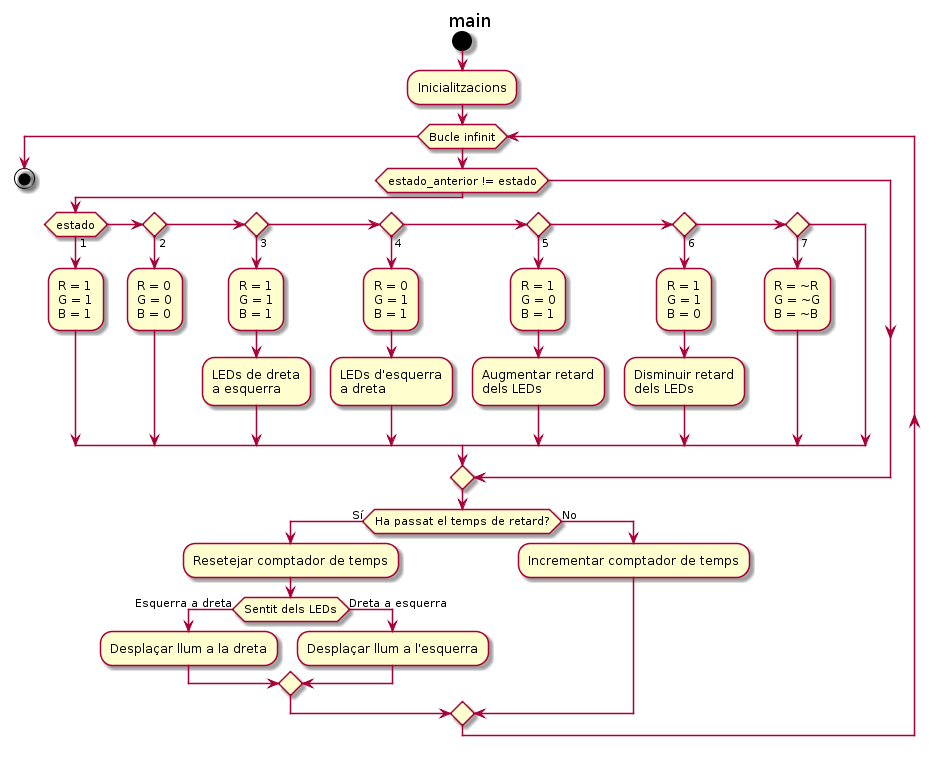
Earlier version of the PlantUML export 2-memoria/main.png (xaviripo/pdae). Its diagram source:
```plantuml
@startuml
title main


start

:Inicialitzacions;

while (Bucle infinit)

if (estado_anterior != estado)
  if (estado) then (1)
    :R = 1
    G = 1
    B = 1;
  else if () then (2)
    :R = 0
    G = 0
    B = 0;
  else if () then (3)
    :R = 1
    G = 1
    B = 1;
    :LEDs de dreta
    a esquerra;
  else if () then (4)
    :R = 0
    G = 1
    B = 1;
    :LEDs d'esquerra
    a dreta;
  else if () then (5)
    :R = 1
    G = 0
    B = 1;
    :Augmentar retard
    dels LEDs;
  else if () then (6)
    :R = 1
    G = 1
    B = 0;
    :Disminuir retard
    dels LEDs;
  else if () then (7)
    :R = ~R
    G = ~G
    B = ~B;
  endif
endif

if (Ha passat el temps de retard?) then (Sí)
  :Resetejar comptador de temps;
  if (Sentit dels LEDs) then (Esquerra a dreta)
    :Desplaçar llum a la dreta;
  else (Dreta a esquerra)
    :Desplaçar llum a l'esquerra;
  endif
else (No)
  :Incrementar comptador de temps;
endif

endwhile

stop
@enduml
```
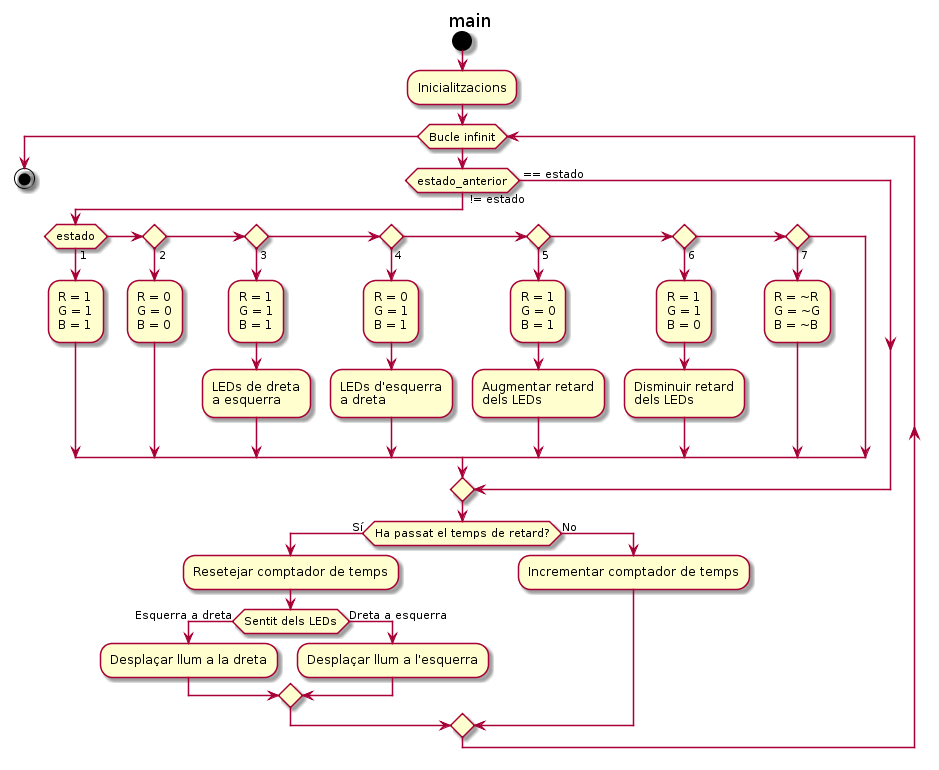
After the commit.

Commit message:
Fixed main loop diagram

The edit, as a diff of the source:
```diff
@@ -8,7 +8,7 @@
 
 while (Bucle infinit)
 
-if (estado_anterior != estado)
+if (estado_anterior) then ( != estado)
   if (estado) then (1)
     :R = 1
     G = 1
@@ -46,6 +46,7 @@
     G = ~G
     B = ~B;
   endif
+else ( == estado)
 endif
 
 if (Ha passat el temps de retard?) then (Sí)
```
